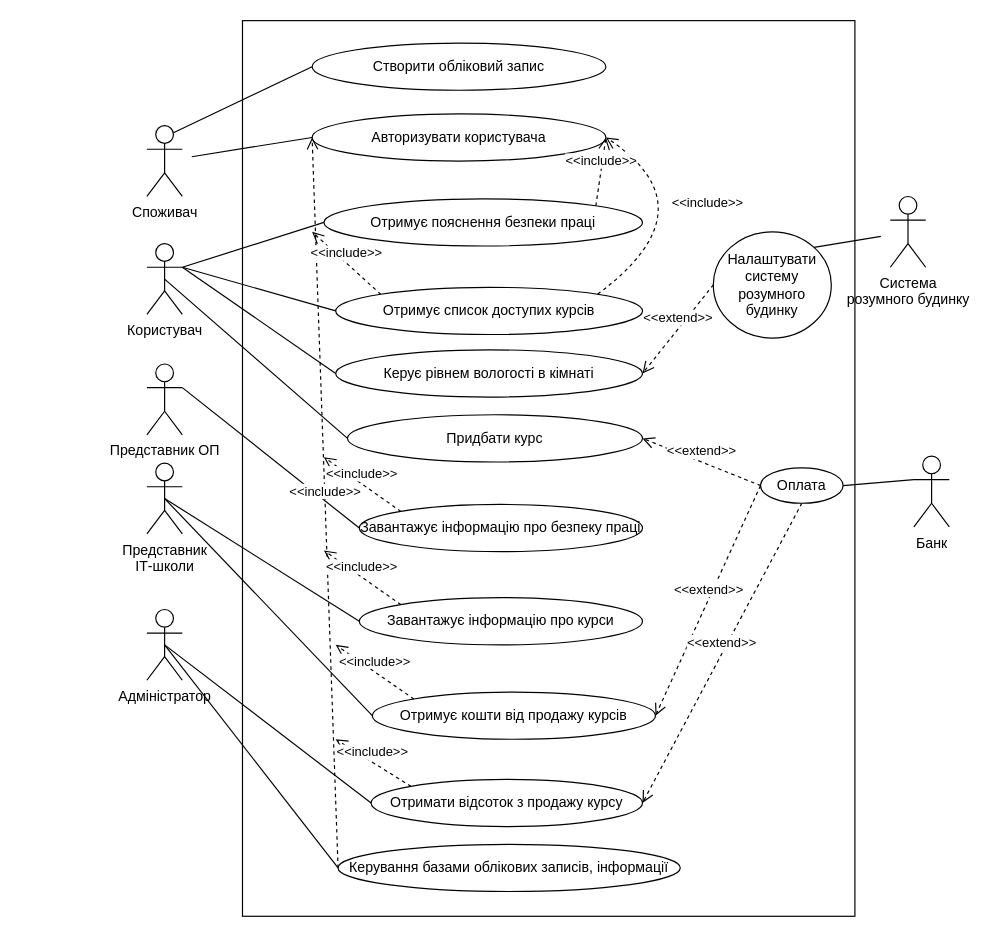
Above: 1-SoftwareRequirements/1.3-SoftwareUserRequirements/1.3.3-UseCaseDiagram/UseCaseDiagram.drawio in oleksandrblazhko/ai204-palona (draw.io), before the change. Source tidied: cells renumbered, new cells numbered last; positions are measured from the earlier drawing's top-left corner, leaving out a move shared by most shapes. Both pictures are drawn from the tidied source at 118%, with x=0, y=0 at pixel (146, 20).
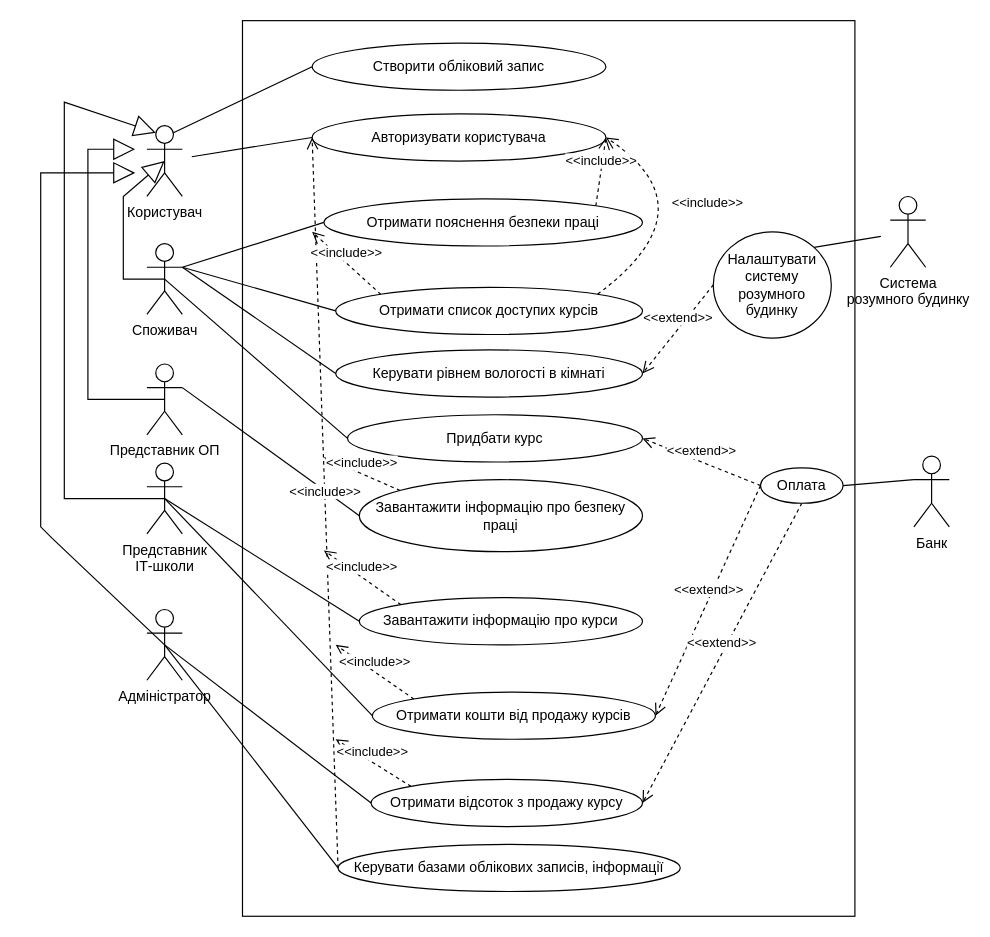
Above is the later version.

Unchanged cells that the change refers to:
```xml
<mxCell id="23" value="Представник ОП" style="shape=umlActor;verticalLabelPosition=bottom;verticalAlign=top;html=1;outlineConnect=0;hachureGap=4;" parent="1" vertex="1">
  <mxGeometry y="291" width="30" height="60" as="geometry" />
</mxCell>
<mxCell id="26" value="Представник &lt;br&gt;ІТ-школи" style="shape=umlActor;verticalLabelPosition=bottom;verticalAlign=top;html=1;outlineConnect=0;hachureGap=4;" parent="1" vertex="1">
  <mxGeometry y="375" width="30" height="60" as="geometry" />
</mxCell>
<mxCell id="28" value="Адміністратор" style="shape=umlActor;verticalLabelPosition=bottom;verticalAlign=top;html=1;outlineConnect=0;hachureGap=4;" parent="1" vertex="1">
  <mxGeometry y="499" width="30" height="60" as="geometry" />
</mxCell>
```

The edit, as a diff of the source:
```diff
@@
-    <mxCell id="5" value="Отримує пояснення безпеки праці" style="ellipse;whiteSpace=wrap;html=1;hachureGap=4;" parent="1" vertex="1">
+    <mxCell id="5" value="Отримати пояснення безпеки праці" style="ellipse;whiteSpace=wrap;html=1;hachureGap=4;" parent="1" vertex="1">
       <mxGeometry x="150" y="151" width="270" height="40" as="geometry" />
     </mxCell>
-    <mxCell id="6" value="Завантажує інформацію про безпеку праці" style="ellipse;whiteSpace=wrap;html=1;hachureGap=4;" parent="1" vertex="1">
-      <mxGeometry x="180" y="410" width="240" height="40" as="geometry" />
+    <mxCell id="6" value="Завантажити інформацію про безпеку праці" style="ellipse;whiteSpace=wrap;html=1;hachureGap=4;" parent="1" vertex="1">
+      <mxGeometry x="180" y="389" width="240" height="61" as="geometry" />
     </mxCell>
-    <mxCell id="7" value="Отримує список доступих курсів" style="ellipse;whiteSpace=wrap;html=1;hachureGap=4;" parent="1" vertex="1">
+    <mxCell id="7" value="Отримати список доступих курсів" style="ellipse;whiteSpace=wrap;html=1;hachureGap=4;" parent="1" vertex="1">
       <mxGeometry x="160" y="226" width="260" height="40" as="geometry" />
     </mxCell>
-    <mxCell id="8" value="Керує рівнем вологості в кімнаті" style="ellipse;whiteSpace=wrap;html=1;hachureGap=4;" parent="1" vertex="1">
+    <mxCell id="8" value="Керувати рівнем вологості в кімнаті" style="ellipse;whiteSpace=wrap;html=1;hachureGap=4;" parent="1" vertex="1">
       <mxGeometry x="160" y="279" width="260" height="40" as="geometry" />
     </mxCell>
@@
-    <mxCell id="11" value="Керування базами облікових записів, інформації" style="ellipse;whiteSpace=wrap;html=1;hachureGap=4;" parent="1" vertex="1">
+    <mxCell id="11" value="Керувати базами облікових записів, інформації" style="ellipse;whiteSpace=wrap;html=1;hachureGap=4;" parent="1" vertex="1">
       <mxGeometry x="162" y="698" width="290" height="40" as="geometry" />
     </mxCell>
-    <mxCell id="12" value="Завантажує інформацію про курси" style="ellipse;whiteSpace=wrap;html=1;hachureGap=4;" parent="1" vertex="1">
+    <mxCell id="12" value="Завантажити інформацію про курси" style="ellipse;whiteSpace=wrap;html=1;hachureGap=4;" parent="1" vertex="1">
       <mxGeometry x="180" y="489" width="240" height="40" as="geometry" />
     </mxCell>
-    <mxCell id="13" value="Отримує кошти від продажу курсів" style="ellipse;whiteSpace=wrap;html=1;hachureGap=4;" parent="1" vertex="1">
+    <mxCell id="13" value="Отримати кошти від продажу курсів" style="ellipse;whiteSpace=wrap;html=1;hachureGap=4;" parent="1" vertex="1">
       <mxGeometry x="191" y="569" width="240" height="40" as="geometry" />
     </mxCell>
@@
-    <mxCell id="15" value="Споживач" style="shape=umlActor;verticalLabelPosition=bottom;verticalAlign=top;html=1;outlineConnect=0;hachureGap=4;" parent="1" vertex="1">
+    <mxCell id="15" value="Користувач" style="shape=umlActor;verticalLabelPosition=bottom;verticalAlign=top;html=1;outlineConnect=0;hachureGap=4;" parent="1" vertex="1">
       <mxGeometry y="89" width="30" height="60" as="geometry" />
     </mxCell>
@@
-    <mxCell id="18" value="Користувач" style="shape=umlActor;verticalLabelPosition=bottom;verticalAlign=top;html=1;outlineConnect=0;hachureGap=4;" parent="1" vertex="1">
+    <mxCell id="18" value="Споживач" style="shape=umlActor;verticalLabelPosition=bottom;verticalAlign=top;html=1;outlineConnect=0;hachureGap=4;" parent="1" vertex="1">
       <mxGeometry y="189" width="30" height="60" as="geometry" />
     </mxCell>
@@
+    <mxCell id="48" style="endArrow=block;endSize=16;endFill=0;html=1;rounded=0;exitX=0.5;exitY=0.5;exitDx=0;exitDy=0;exitPerimeter=0;entryX=0.5;entryY=0.5;entryDx=0;entryDy=0;entryPerimeter=0;" parent="1" edge="1" source="18" target="15">
+      <mxGeometry relative="1" as="geometry">
+        <Array as="points">
+          <mxPoint x="-20" y="219" />
+          <mxPoint x="-20" y="189" />
+          <mxPoint x="-20" y="159" />
+          <mxPoint x="-20" y="149" />
+        </Array>
+      </mxGeometry>
+    </mxCell>
+    <mxCell id="49" style="endArrow=block;endSize=16;endFill=0;html=1;rounded=0;exitX=0.5;exitY=0.5;exitDx=0;exitDy=0;exitPerimeter=0;" parent="1" edge="1" source="23">
+      <mxGeometry relative="1" as="geometry">
+        <mxPoint x="-10" y="109" as="targetPoint" />
+        <Array as="points">
+          <mxPoint x="-50" y="321" />
+          <mxPoint x="-50" y="249" />
+          <mxPoint x="-50" y="109" />
+        </Array>
+      </mxGeometry>
+    </mxCell>
+    <mxCell id="50" style="endArrow=block;endSize=16;endFill=0;html=1;rounded=0;exitX=0.5;exitY=0.5;exitDx=0;exitDy=0;exitPerimeter=0;entryX=0.25;entryY=0.1;entryDx=0;entryDy=0;entryPerimeter=0;" parent="1" edge="1" source="26" target="15">
+      <mxGeometry relative="1" as="geometry">
+        <Array as="points">
+          <mxPoint x="-70" y="405" />
+          <mxPoint x="-70" y="69" />
+        </Array>
+      </mxGeometry>
+    </mxCell>
+    <mxCell id="51" style="endArrow=block;endSize=16;endFill=0;html=1;rounded=0;exitX=0.5;exitY=0.5;exitDx=0;exitDy=0;exitPerimeter=0;" parent="1" edge="1" source="28">
+      <mxGeometry relative="1" as="geometry">
+        <mxPoint x="-10" y="129" as="targetPoint" />
+        <Array as="points">
+          <mxPoint x="-80" y="439" />
+          <mxPoint x="-90" y="429" />
+          <mxPoint x="-90" y="399" />
+          <mxPoint x="-90" y="129" />
+        </Array>
+      </mxGeometry>
+    </mxCell>
```
